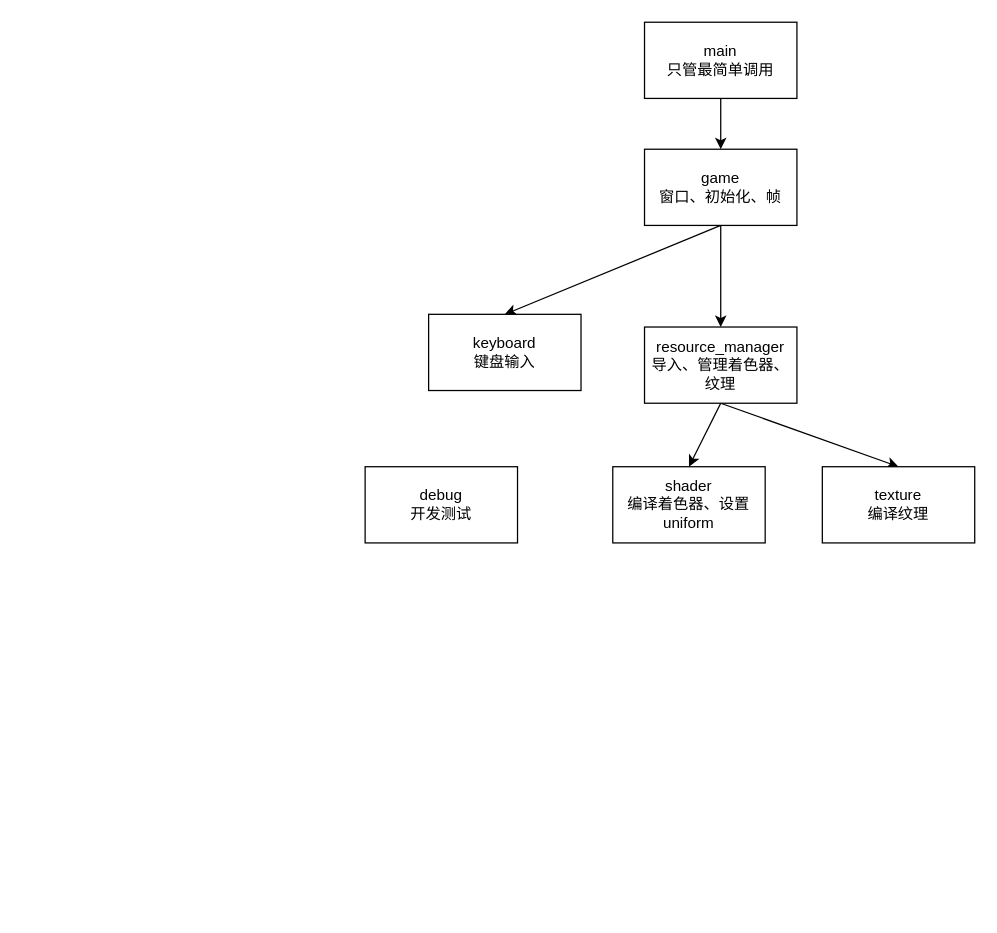
This is architecture.drawio from HFBYM/breakout_redux, a draw.io file, before an edit. Source tidied: cells renumbered, new cells numbered last; positions are measured from the earlier drawing's top-left corner, leaving out a move shared by most shapes. Both pictures are drawn from the tidied source at 127%, with x=0, y=0 at pixel (364, 22).
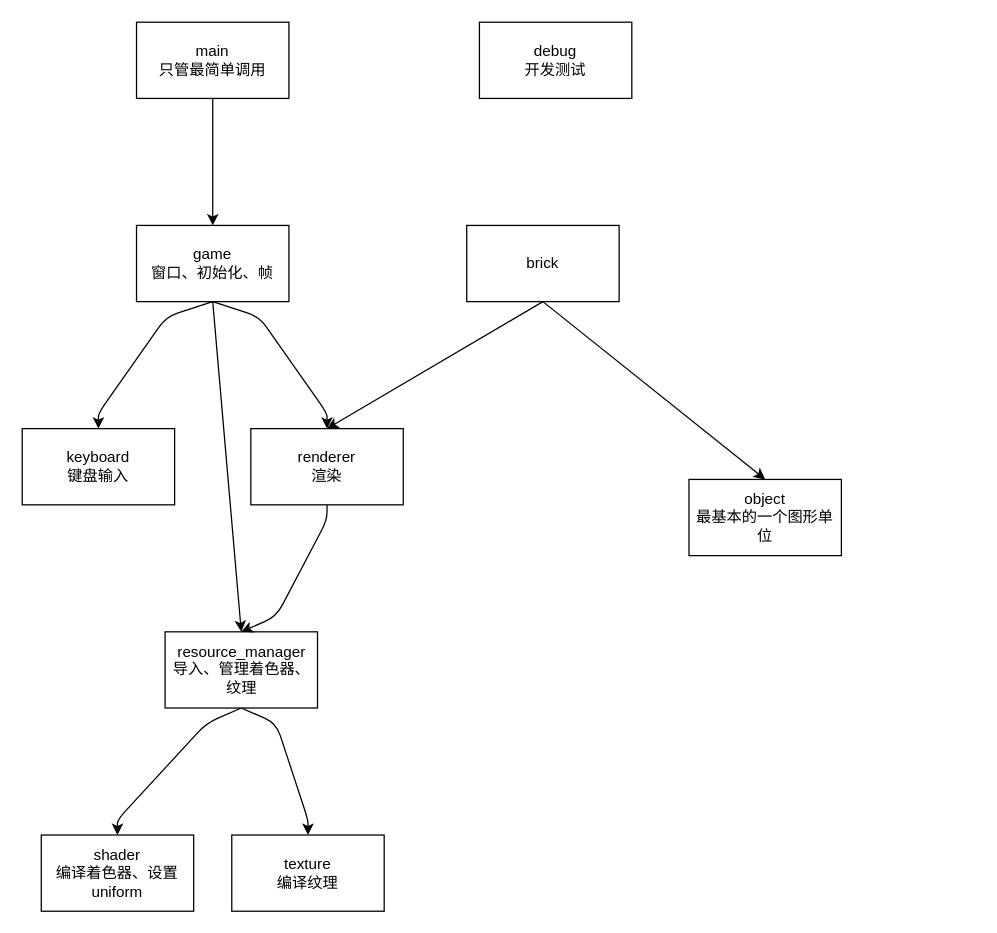
Above is the later version.

Diff of the diagram source:
```diff
@@
-    <mxCell id="2" style="edgeStyle=none;html=1;" parent="1" edge="1" source="3" target="6">
-      <mxGeometry relative="1" as="geometry" />
+    <mxCell id="2" style="edgeStyle=none;html=1;noEdgeStyle=1;orthogonal=1;" parent="1" edge="1" source="3" target="6">
+      <mxGeometry relative="1" as="geometry">
+        <Array as="points">
+          <mxPoint x="-120" y="72" />
+          <mxPoint x="-120" y="148" />
+        </Array>
+      </mxGeometry>
     </mxCell>
     <mxCell id="3" value="main&lt;br&gt;只管最简单调用" style="rounded=0;whiteSpace=wrap;html=1;" parent="1" vertex="1">
-      <mxGeometry x="220" width="120" height="60" as="geometry" />
+      <mxGeometry x="-180" width="120" height="60" as="geometry" />
     </mxCell>
-    <mxCell id="4" style="edgeStyle=none;html=1;exitX=0.5;exitY=1;exitDx=0;exitDy=0;entryX=0.5;entryY=0;entryDx=0;entryDy=0;" parent="1" edge="1" source="6" target="8">
-      <mxGeometry relative="1" as="geometry" />
+    <mxCell id="4" style="edgeStyle=none;html=1;exitX=0.5;exitY=1;exitDx=0;exitDy=0;entryX=0.5;entryY=0;entryDx=0;entryDy=0;noEdgeStyle=1;orthogonal=1;" parent="1" edge="1" source="6" target="8">
+      <mxGeometry relative="1" as="geometry">
+        <Array as="points">
+          <mxPoint x="-156.7" y="232" />
+          <mxPoint x="-210" y="308" />
+        </Array>
+      </mxGeometry>
     </mxCell>
+    <mxCell id="14" style="edgeStyle=none;html=1;exitX=0.5;exitY=1;exitDx=0;exitDy=0;entryX=0.5;entryY=0;entryDx=0;entryDy=0;noEdgeStyle=1;orthogonal=1;" parent="1" edge="1" source="6" target="17">
+      <mxGeometry relative="1" as="geometry">
+        <Array as="points">
+          <mxPoint x="-83.3" y="232" />
+          <mxPoint x="-30" y="308" />
+        </Array>
+      </mxGeometry>
+    </mxCell>
-    <mxCell id="5" style="edgeStyle=none;html=1;" parent="1" edge="1" source="6" target="11">
+    <mxCell id="5" style="edgeStyle=none;html=1;exitX=0.5;exitY=1;exitDx=0;exitDy=0;entryX=0.5;entryY=0;entryDx=0;entryDy=0;" parent="1" edge="1" source="6" target="11">
       <mxGeometry relative="1" as="geometry" />
     </mxCell>
     <mxCell id="6" value="game&lt;br&gt;窗口、初始化、帧" style="rounded=0;whiteSpace=wrap;html=1;" parent="1" vertex="1">
-      <mxGeometry x="220" y="100" width="120" height="60" as="geometry" />
+      <mxGeometry x="-180" y="160" width="120" height="60" as="geometry" />
     </mxCell>
     <mxCell id="7" value="debug&lt;br&gt;开发测试" style="rounded=0;whiteSpace=wrap;html=1;" parent="1" vertex="1">
-      <mxGeometry y="350" width="120" height="60" as="geometry" />
+      <mxGeometry x="90" width="120" height="60" as="geometry" />
     </mxCell>
     <mxCell id="8" value="keyboard&lt;br&gt;键盘输入" style="rounded=0;whiteSpace=wrap;html=1;" parent="1" vertex="1">
-      <mxGeometry x="50" y="230" width="120" height="60" as="geometry" />
+      <mxGeometry x="-270" y="320" width="120" height="60" as="geometry" />
     </mxCell>
-    <mxCell id="9" style="edgeStyle=none;html=1;exitX=0.5;exitY=1;exitDx=0;exitDy=0;entryX=0.5;entryY=0;entryDx=0;entryDy=0;" parent="1" edge="1" source="11" target="12">
-      <mxGeometry relative="1" as="geometry" />
+    <mxCell id="9" style="edgeStyle=none;html=1;exitX=0.5;exitY=1;exitDx=0;exitDy=0;entryX=0.5;entryY=0;entryDx=0;entryDy=0;noEdgeStyle=1;orthogonal=1;" parent="1" edge="1" source="11" target="12">
+      <mxGeometry relative="1" as="geometry">
+        <Array as="points">
+          <mxPoint x="-125" y="552" />
+          <mxPoint x="-195" y="628" />
+        </Array>
+      </mxGeometry>
     </mxCell>
-    <mxCell id="10" style="edgeStyle=none;html=1;exitX=0.5;exitY=1;exitDx=0;exitDy=0;entryX=0.5;entryY=0;entryDx=0;entryDy=0;" parent="1" edge="1" source="11" target="13">
-      <mxGeometry relative="1" as="geometry" />
+    <mxCell id="10" style="edgeStyle=none;html=1;exitX=0.5;exitY=1;exitDx=0;exitDy=0;entryX=0.5;entryY=0;entryDx=0;entryDy=0;noEdgeStyle=1;orthogonal=1;" parent="1" edge="1" source="11" target="13">
+      <mxGeometry relative="1" as="geometry">
+        <Array as="points">
+          <mxPoint x="-70" y="552" />
+          <mxPoint x="-45" y="628" />
+        </Array>
+      </mxGeometry>
     </mxCell>
     <mxCell id="11" value="resource_manager&lt;br&gt;导入、管理着色器、纹理" style="rounded=0;whiteSpace=wrap;html=1;" parent="1" vertex="1">
-      <mxGeometry x="220" y="240" width="120" height="60" as="geometry" />
+      <mxGeometry x="-157.5" y="480" width="120" height="60" as="geometry" />
     </mxCell>
     <mxCell id="12" value="shader&lt;br&gt;编译着色器、设置uniform" style="rounded=0;whiteSpace=wrap;html=1;" parent="1" vertex="1">
-      <mxGeometry x="195" y="350" width="120" height="60" as="geometry" />
+      <mxGeometry x="-255" y="640" width="120" height="60" as="geometry" />
     </mxCell>
     <mxCell id="13" value="texture&lt;br&gt;编译纹理" style="rounded=0;whiteSpace=wrap;html=1;" parent="1" vertex="1">
-      <mxGeometry x="360" y="350" width="120" height="60" as="geometry" />
+      <mxGeometry x="-105" y="640" width="120" height="60" as="geometry" />
     </mxCell>
+    <mxCell id="15" value="object&lt;br&gt;最基本的一个图形单位" style="rounded=0;whiteSpace=wrap;html=1;" parent="1" vertex="1">
+      <mxGeometry x="255" y="360" width="120" height="60" as="geometry" />
+    </mxCell>
+    <mxCell id="16" style="edgeStyle=none;html=1;exitX=0.5;exitY=1;exitDx=0;exitDy=0;entryX=0.5;entryY=0;entryDx=0;entryDy=0;noEdgeStyle=1;orthogonal=1;" parent="1" edge="1" source="17" target="11">
+      <mxGeometry relative="1" as="geometry">
+        <Array as="points">
+          <mxPoint x="-30" y="392" />
+          <mxPoint x="-70" y="468" />
+        </Array>
+      </mxGeometry>
+    </mxCell>
+    <mxCell id="17" value="renderer&lt;br&gt;渲染" style="rounded=0;whiteSpace=wrap;html=1;" parent="1" vertex="1">
+      <mxGeometry x="-90" y="320" width="120" height="60" as="geometry" />
+    </mxCell>
+    <mxCell id="18" style="edgeStyle=none;html=1;exitX=0.5;exitY=1;exitDx=0;exitDy=0;entryX=0.5;entryY=0;entryDx=0;entryDy=0;" parent="1" edge="1" source="20" target="15">
+      <mxGeometry relative="1" as="geometry" />
+    </mxCell>
+    <mxCell id="19" style="edgeStyle=none;html=1;exitX=0.5;exitY=1;exitDx=0;exitDy=0;entryX=0.5;entryY=0;entryDx=0;entryDy=0;" parent="1" edge="1" source="20" target="17">
+      <mxGeometry relative="1" as="geometry" />
+    </mxCell>
+    <mxCell id="20" value="brick" style="rounded=0;whiteSpace=wrap;html=1;" parent="1" vertex="1">
+      <mxGeometry x="80" y="160" width="120" height="60" as="geometry" />
+    </mxCell>
```
